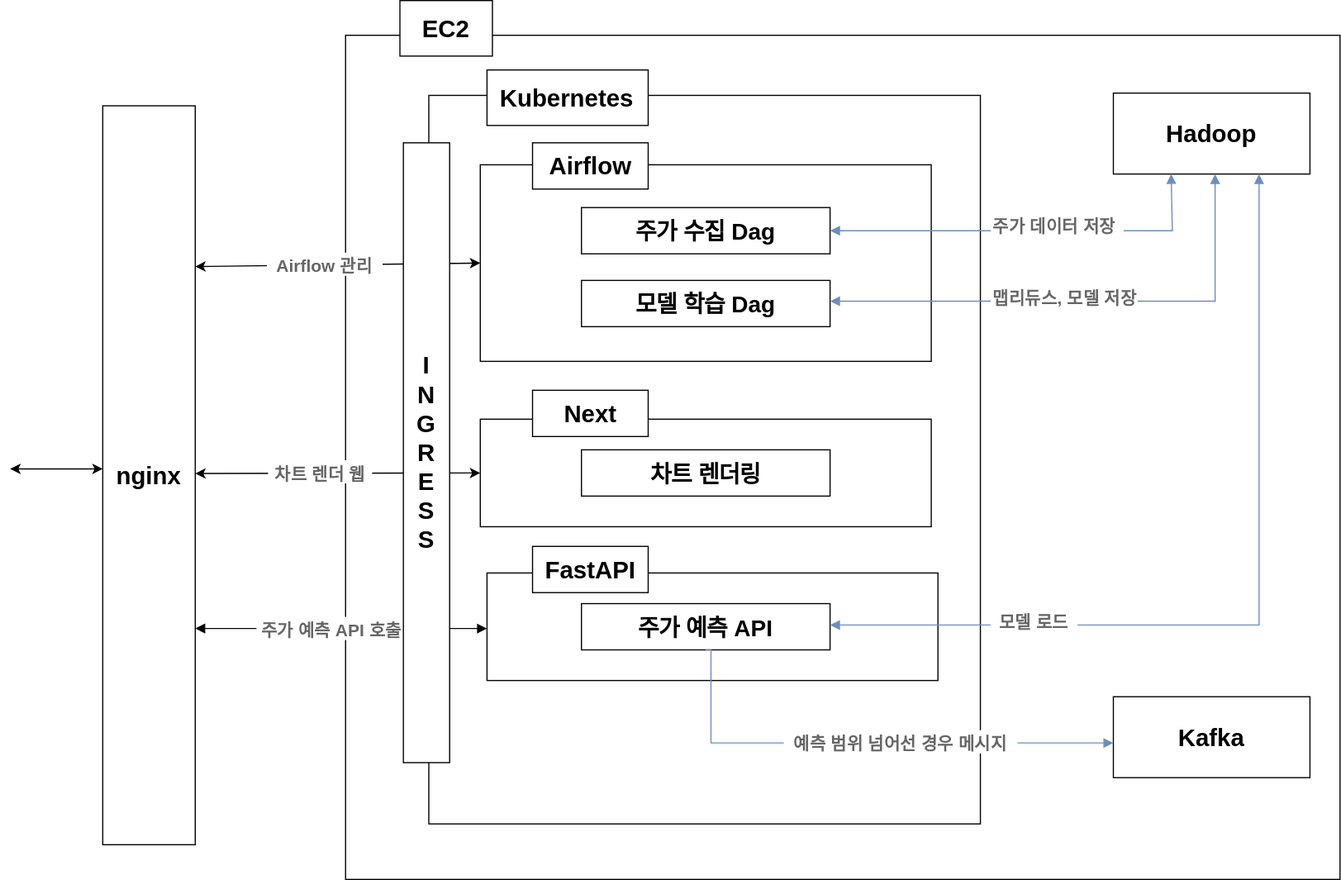
Before: system_diagram1.svg, a diagram exported from draw.io (mynspluto/stock-prediction). Source tidied: cells renumbered, new cells last; positions are measured from the earlier drawing's top-left corner, leaving out a move shared by most shapes.
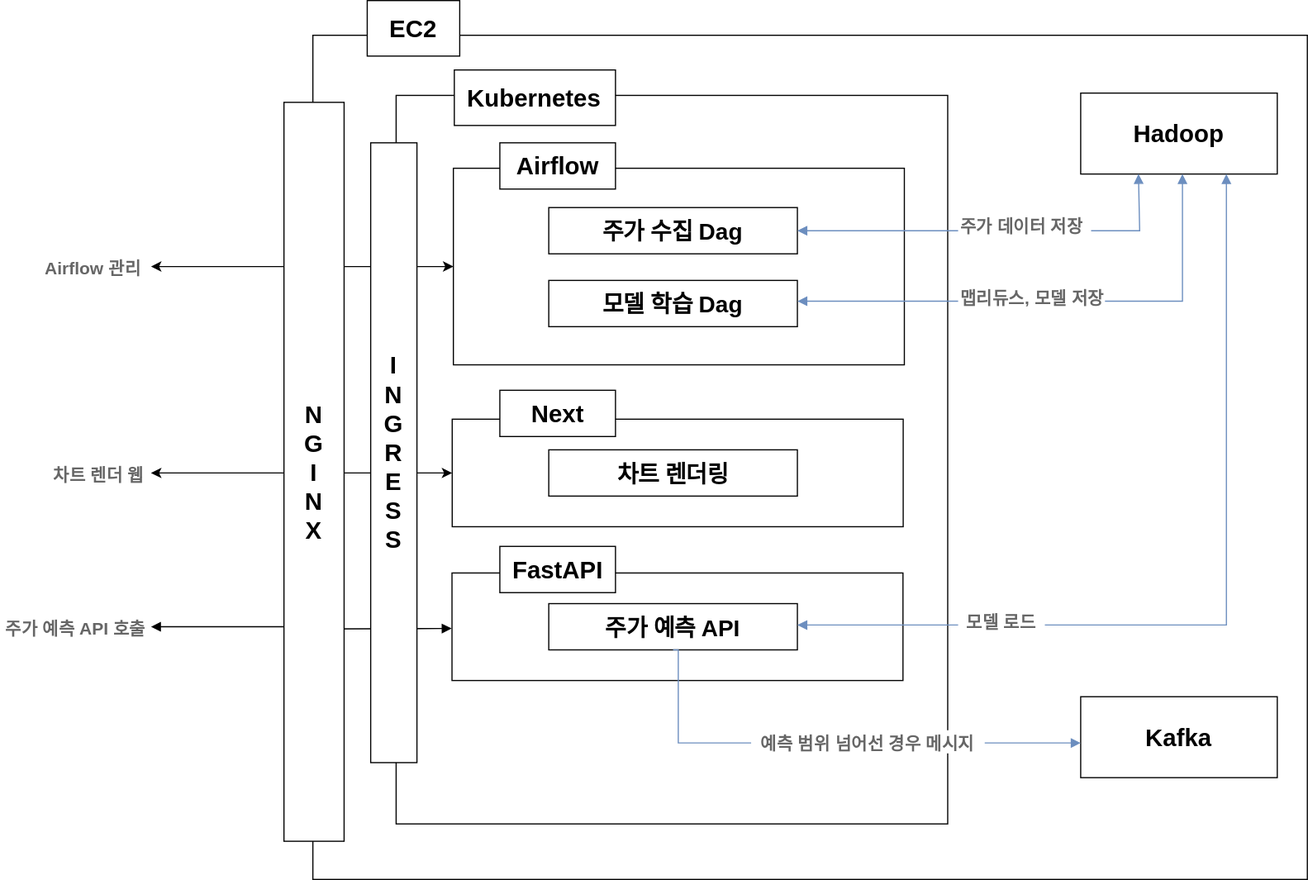
After the change.

What changed in the source:
```diff
@@ -15,7 +15,7 @@
       <mxGeometry x="412.3" y="60" width="139.4" height="48" as="geometry" />
     </mxCell>
     <mxCell id="6" style="rounded=0;whiteSpace=wrap;html=1;labelBackgroundColor=none;fontSize=21;" parent="1" vertex="1">
-      <mxGeometry x="406.5" y="142" width="390" height="170" as="geometry" />
+      <mxGeometry x="411.5" y="145" width="390" height="170" as="geometry" />
     </mxCell>
     <mxCell id="7" value="&lt;font color=&quot;#000000&quot;&gt;Airflow&lt;/font&gt;" style="text;html=1;whiteSpace=wrap;overflow=hidden;rounded=0;strokeWidth=1;align=center;verticalAlign=middle;fontSize=21;fontStyle=1;fontColor=#0000CC;labelBackgroundColor=none;labelBorderColor=none;strokeColor=default;fillColor=#FFFFFF;" parent="1" vertex="1">
       <mxGeometry x="451.7" y="123" width="100" height="40" as="geometry" />
@@ -27,7 +27,7 @@
       <mxGeometry x="494" y="242" width="215" height="40" as="geometry" />
     </mxCell>
     <mxCell id="10" style="rounded=0;whiteSpace=wrap;html=1;labelBackgroundColor=none;fontSize=21;" parent="1" vertex="1">
-      <mxGeometry x="406.5" y="362" width="390" height="93" as="geometry" />
+      <mxGeometry x="410.5" y="362" width="390" height="93" as="geometry" />
     </mxCell>
     <mxCell id="11" value="&lt;font color=&quot;#000000&quot;&gt;Next&lt;/font&gt;" style="text;html=1;whiteSpace=wrap;overflow=hidden;rounded=0;strokeWidth=1;align=center;verticalAlign=middle;fontSize=21;fontStyle=1;fontColor=#0000CC;labelBackgroundColor=none;labelBorderColor=none;strokeColor=default;fillColor=#FFFFFF;" parent="1" vertex="1">
       <mxGeometry x="451.7" y="337" width="100" height="40" as="geometry" />
@@ -36,7 +36,7 @@
       <mxGeometry x="494" y="388.5" width="215" height="40" as="geometry" />
     </mxCell>
     <mxCell id="13" style="rounded=0;whiteSpace=wrap;html=1;labelBackgroundColor=none;fontSize=21;" parent="1" vertex="1">
-      <mxGeometry x="412.3" y="495" width="390" height="93" as="geometry" />
+      <mxGeometry x="410.3" y="495" width="390" height="93" as="geometry" />
     </mxCell>
     <mxCell id="14" value="&lt;font color=&quot;#000000&quot;&gt;FastAPI&lt;/font&gt;" style="text;html=1;whiteSpace=wrap;overflow=hidden;rounded=0;strokeWidth=1;align=center;verticalAlign=middle;fontSize=21;fontStyle=1;fontColor=#0000CC;labelBackgroundColor=none;labelBorderColor=none;strokeColor=default;fillColor=#FFFFFF;" parent="1" vertex="1">
       <mxGeometry x="451.7" y="472" width="100" height="40" as="geometry" />
@@ -65,10 +65,9 @@
         </Array>
       </mxGeometry>
     </mxCell>
-    <mxCell id="20" style="edgeStyle=orthogonalEdgeStyle;html=1;endArrow=block;elbow=vertical;startArrow=block;startFill=1;endFill=1;strokeColor=#000000;rounded=0;fillColor=#dae8fc;exitX=0;exitY=0.581;exitDx=0;exitDy=0;exitPerimeter=0;" parent="1" edge="1">
+    <mxCell id="20" style="edgeStyle=orthogonalEdgeStyle;html=1;endArrow=block;elbow=vertical;startArrow=block;startFill=1;endFill=1;strokeColor=#000000;rounded=0;fillColor=#dae8fc;exitX=0;exitY=0.581;exitDx=0;exitDy=0;exitPerimeter=0;" parent="1" edge="1" target="24">
       <mxGeometry relative="1" as="geometry">
-        <mxPoint x="412.3" y="543" as="sourcePoint" />
-        <mxPoint x="160" y="543" as="targetPoint" />
+        <mxPoint x="410" y="543" as="sourcePoint" />
       </mxGeometry>
     </mxCell>
     <mxCell id="21" style="edgeStyle=orthogonalEdgeStyle;html=1;endArrow=block;elbow=vertical;startArrow=none;endFill=1;strokeColor=#6c8ebf;rounded=0;fillColor=#dae8fc;exitX=0.5;exitY=1;exitDx=0;exitDy=0;" parent="1" edge="1" source="15" target="16">
@@ -85,20 +84,12 @@
     <mxCell id="23" value="맵리듀스, 모델 저장" style="text;html=1;whiteSpace=wrap;overflow=hidden;rounded=0;align=left;verticalAlign=middle;fontColor=#666666;fontStyle=1;fillColor=default;fillStyle=solid;fontSize=15;" parent="1" vertex="1">
       <mxGeometry x="848" y="246" width="127" height="20" as="geometry" />
     </mxCell>
-    <mxCell id="24" value="주가 예측 API 호출" style="text;html=1;whiteSpace=wrap;overflow=hidden;rounded=0;align=center;verticalAlign=middle;fontColor=#666666;fontStyle=1;fillColor=default;fillStyle=solid;fontSize=15;" parent="1" vertex="1">
-      <mxGeometry x="213" y="533" width="130" height="20" as="geometry" />
-    </mxCell>
     <mxCell id="25" value="예측 범위 넘어선 경우 메시지 전송" style="text;html=1;whiteSpace=wrap;overflow=hidden;rounded=0;align=center;verticalAlign=middle;fontColor=#666666;fontStyle=1;fontSize=15;fillColor=default;fillStyle=solid;" parent="1" vertex="1">
       <mxGeometry x="669" y="631" width="202" height="20" as="geometry" />
     </mxCell>
-    <mxCell id="26" style="endArrow=classic;startArrow=classic;html=1;rounded=0;spacing=0;entryX=0;entryY=0.5;entryDx=0;entryDy=0;" parent="1" edge="1" target="10">
-      <mxGeometry relative="1" as="geometry">
-        <mxPoint x="160" y="409" as="sourcePoint" />
-      </mxGeometry>
+    <mxCell id="26" style="endArrow=classic;startArrow=classic;html=1;rounded=0;spacing=0;entryX=0;entryY=0.5;entryDx=0;entryDy=0;exitX=1;exitY=0.5;exitDx=0;exitDy=0;" parent="1" edge="1" source="27" target="10">
+      <mxGeometry relative="1" as="geometry" />
     </mxCell>
-    <mxCell id="27" value="차트 렌더 웹" style="text;html=1;whiteSpace=wrap;overflow=hidden;rounded=0;align=center;verticalAlign=middle;fontColor=#666666;fontStyle=1;fillColor=default;fillStyle=solid;fontSize=15;" parent="1" vertex="1">
-      <mxGeometry x="223" y="397.5" width="90" height="20" as="geometry" />
-    </mxCell>
     <mxCell id="28" style="edgeStyle=orthogonalEdgeStyle;html=1;endArrow=block;elbow=vertical;startArrow=block;startFill=1;endFill=1;strokeColor=#6c8ebf;rounded=0;fillColor=#dae8fc;" parent="1" edge="1" source="15" target="17">
       <mxGeometry relative="1" as="geometry">
         <Array as="points">
@@ -109,25 +100,26 @@
     <mxCell id="29" value="모델 로드" style="text;html=1;whiteSpace=wrap;overflow=hidden;rounded=0;align=center;verticalAlign=middle;fontColor=#666666;fontStyle=1;fillColor=default;fillStyle=solid;fontSize=15;" parent="1" vertex="1">
       <mxGeometry x="848" y="525.5" width="75" height="20" as="geometry" />
     </mxCell>
-    <mxCell id="30" style="endArrow=classic;startArrow=classic;html=1;rounded=0;spacing=0;entryX=0;entryY=0.5;entryDx=0;entryDy=0;" parent="1" edge="1" target="6">
-      <mxGeometry relative="1" as="geometry">
-        <mxPoint x="160" y="230" as="sourcePoint" />
-      </mxGeometry>
+    <mxCell id="30" style="endArrow=classic;startArrow=classic;html=1;rounded=0;spacing=0;exitX=1;exitY=0.5;exitDx=0;exitDy=0;" parent="1" edge="1" source="31" target="6">
+      <mxGeometry relative="1" as="geometry" />
     </mxCell>
+    <mxCell id="32" value="&lt;font style=&quot;color: rgb(0, 0, 0);&quot;&gt;N&lt;/font&gt;&lt;div&gt;&lt;font style=&quot;color: rgb(0, 0, 0);&quot;&gt;G&lt;/font&gt;&lt;/div&gt;&lt;div&gt;&lt;font style=&quot;color: rgb(0, 0, 0);&quot;&gt;I&lt;/font&gt;&lt;/div&gt;&lt;div&gt;&lt;font style=&quot;color: rgb(0, 0, 0);&quot;&gt;N&lt;/font&gt;&lt;/div&gt;&lt;div&gt;&lt;font style=&quot;color: rgb(0, 0, 0);&quot;&gt;X&lt;/font&gt;&lt;/div&gt;" style="text;html=1;whiteSpace=wrap;overflow=hidden;rounded=0;strokeWidth=1;align=center;verticalAlign=middle;fontSize=21;fontStyle=1;fontColor=#0000CC;labelBackgroundColor=none;labelBorderColor=none;strokeColor=default;fillColor=#FFFFFF;" parent="1" vertex="1">
+      <mxGeometry x="265" y="88" width="52" height="639" as="geometry" />
+    </mxCell>
+    <mxCell id="34" value="&lt;font&gt;I&lt;br&gt;&lt;/font&gt;&lt;div&gt;&lt;font&gt;N&lt;/font&gt;&lt;/div&gt;&lt;div&gt;&lt;font&gt;G&lt;/font&gt;&lt;/div&gt;&lt;div&gt;&lt;font&gt;R&lt;/font&gt;&lt;/div&gt;&lt;div&gt;&lt;font&gt;E&lt;/font&gt;&lt;/div&gt;&lt;div&gt;&lt;font&gt;S&lt;/font&gt;&lt;/div&gt;&lt;div&gt;&lt;font&gt;S&lt;/font&gt;&lt;/div&gt;" style="rounded=0;whiteSpace=wrap;html=1;fontSize=21;fontStyle=1;" parent="1" vertex="1">
+      <mxGeometry x="340" y="123" width="40" height="536" as="geometry" />
+    </mxCell>
     <mxCell id="31" value="Airflow 관리" style="text;html=1;whiteSpace=wrap;overflow=hidden;rounded=0;align=center;verticalAlign=middle;fontColor=#666666;fontStyle=1;fillColor=default;fillStyle=solid;fontSize=15;" parent="1" vertex="1">
-      <mxGeometry x="222" y="218" width="100" height="20" as="geometry" />
+      <mxGeometry x="50" y="220" width="100" height="20" as="geometry" />
     </mxCell>
-    <mxCell id="32" value="&lt;font color=&quot;#000000&quot;&gt;nginx&lt;/font&gt;" style="text;html=1;whiteSpace=wrap;overflow=hidden;rounded=0;strokeWidth=1;align=center;verticalAlign=middle;fontSize=21;fontStyle=1;fontColor=#0000CC;labelBackgroundColor=none;labelBorderColor=none;strokeColor=default;fillColor=#FFFFFF;" parent="1" vertex="1">
-      <mxGeometry x="80" y="91" width="80" height="639" as="geometry" />
-    </mxCell>
-    <mxCell id="33" style="endArrow=classic;startArrow=classic;html=1;rounded=0;" parent="1" edge="1">
-      <mxGeometry relative="1" as="geometry">
-        <mxPoint y="405" as="sourcePoint" />
-        <mxPoint x="80" y="405" as="targetPoint" />
-      </mxGeometry>
-    </mxCell>
-    <mxCell id="34" value="I&lt;br&gt;&lt;div&gt;N&lt;/div&gt;&lt;div&gt;G&lt;/div&gt;&lt;div&gt;R&lt;/div&gt;&lt;div&gt;E&lt;/div&gt;&lt;div&gt;S&lt;/div&gt;&lt;div&gt;S&lt;/div&gt;" style="rounded=0;whiteSpace=wrap;html=1;fontSize=21;fontStyle=1;" parent="1" vertex="1">
-      <mxGeometry x="340" y="123" width="40" height="536" as="geometry" />
-    </mxCell>
+    <mxCell id="27" value="차트 렌더 웹" style="text;html=1;whiteSpace=wrap;overflow=hidden;rounded=0;align=center;verticalAlign=middle;fontColor=#666666;fontStyle=1;fillColor=default;fillStyle=solid;fontSize=15;" parent="1" vertex="1">
+      <mxGeometry x="60" y="398.5" width="90" height="20" as="geometry" />
+    </mxCell>
+    <mxCell id="24" value="주가 예측 API 호출" style="text;html=1;whiteSpace=wrap;overflow=hidden;rounded=0;align=center;verticalAlign=middle;fontColor=#666666;fontStyle=1;fillColor=default;fillStyle=solid;fontSize=15;" parent="1" vertex="1">
+      <mxGeometry x="20" y="531.5" width="130" height="20" as="geometry" />
+    </mxCell>
+    <mxCell id="35" style="edgeStyle=orthogonalEdgeStyle;rounded=0;orthogonalLoop=1;jettySize=auto;html=1;exitX=0.5;exitY=1;exitDx=0;exitDy=0;" parent="1" edge="1" source="27" target="27">
+      <mxGeometry relative="1" as="geometry" />
+    </mxCell>
   </root>
 </mxGraphModel>
```
